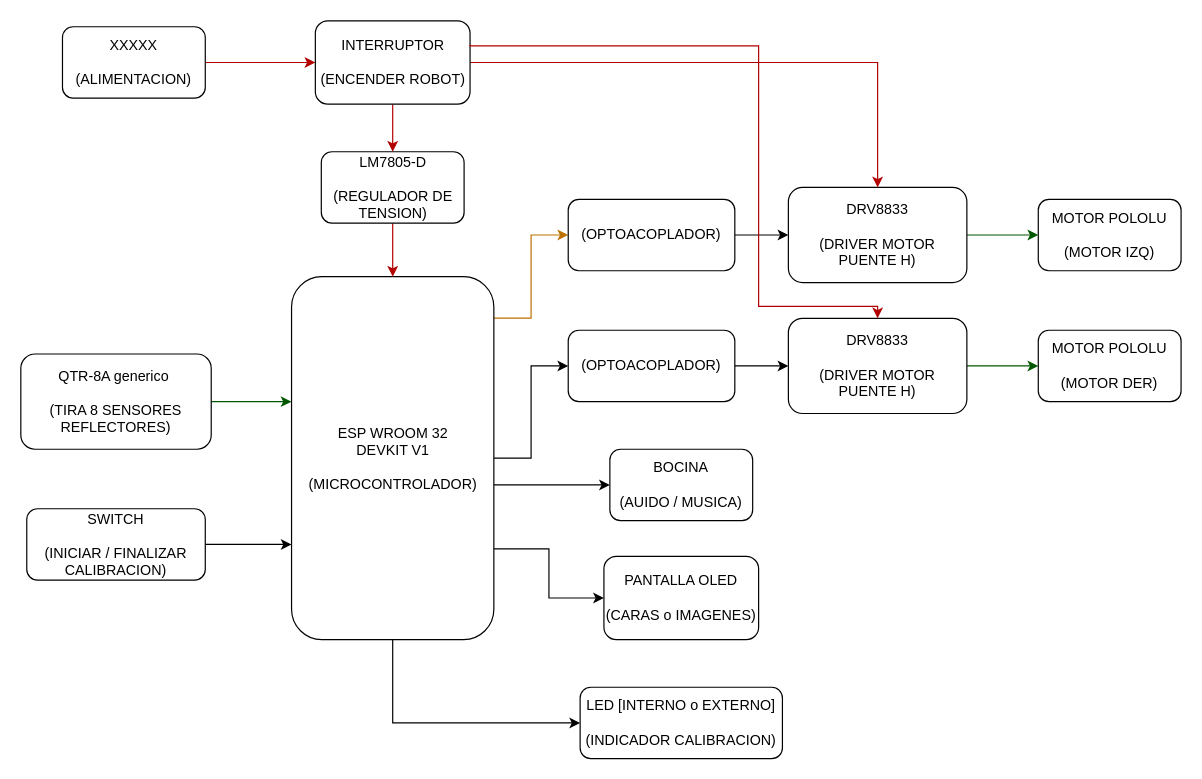
Before: page "v2 ?" (2 of 3) of diagrama ESQUEMATICO.drawio in OttoDotto/Robot-de-Competencia, a draw.io diagram. Source tidied: cells renumbered, new cells numbered last; positions are measured from the earlier drawing's top-left corner, leaving out a move shared by most shapes. Both pictures are drawn from the tidied source at 119%, with x=0, y=0 at pixel (20, 20).
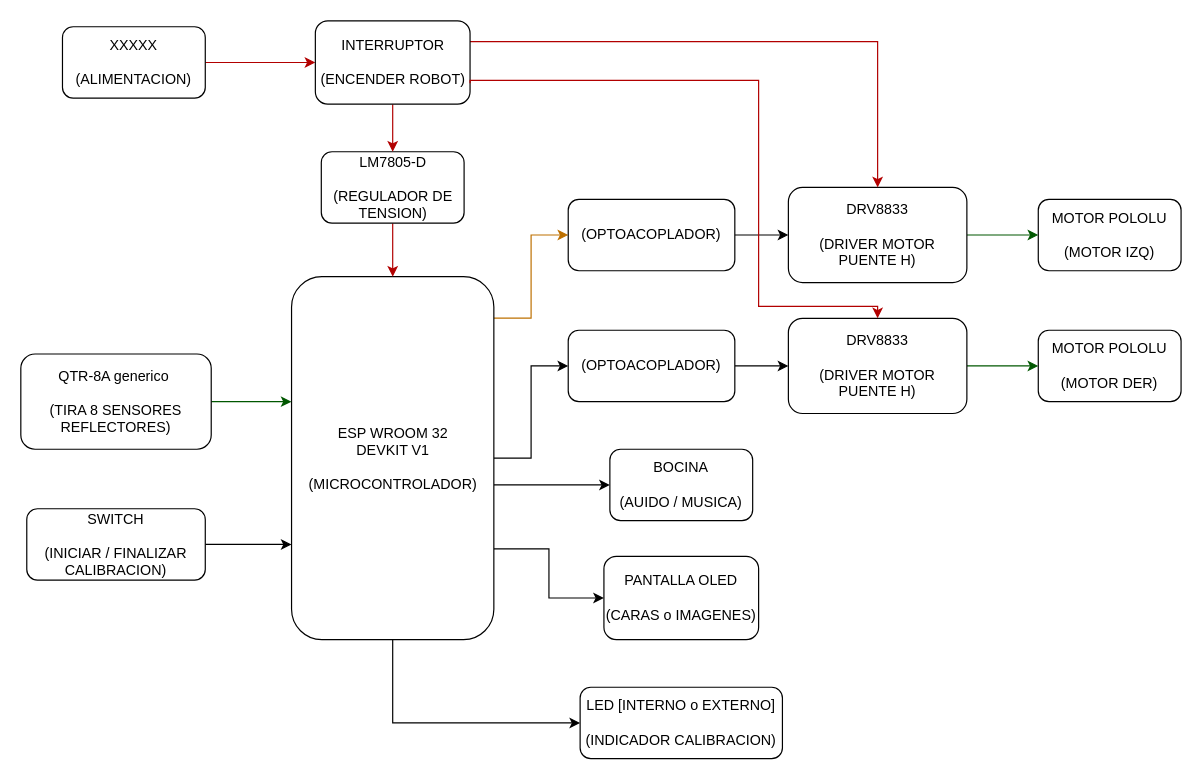
After the change.

Unchanged cells that the change refers to:
```xml
<mxCell id="16" value="DRV8833&lt;br&gt;&lt;div&gt;&lt;br&gt;&lt;div&gt;(DRIVER MOTOR PUENTE H)&lt;/div&gt;&lt;/div&gt;" style="rounded=1;whiteSpace=wrap;html=1;" parent="1" vertex="1">
  <mxGeometry x="645" y="140" width="150" height="80" as="geometry" />
</mxCell>
<mxCell id="19" value="&lt;div&gt;INTERRUPTOR&lt;/div&gt;&lt;div&gt;&lt;br&gt;&lt;/div&gt;(ENCENDER ROBOT)" style="rounded=1;whiteSpace=wrap;html=1;" parent="1" vertex="1">
  <mxGeometry x="247.5" width="130" height="70" as="geometry" />
</mxCell>
<mxCell id="22" value="DRV8833&lt;br&gt;&lt;div&gt;&lt;br&gt;&lt;div&gt;(DRIVER MOTOR PUENTE H)&lt;/div&gt;&lt;/div&gt;" style="rounded=1;whiteSpace=wrap;html=1;" parent="1" vertex="1">
  <mxGeometry x="645" y="250" width="150" height="80" as="geometry" />
</mxCell>
```

What changed in the source:
```diff
@@
-    <mxCell id="17" style="edgeStyle=orthogonalEdgeStyle;rounded=0;jettySize=auto;html=1;entryX=0.5;entryY=0;entryDx=0;entryDy=0;fillColor=#e51400;strokeColor=#B20000;" parent="1" edge="1" source="19" target="16">
+    <mxCell id="17" style="edgeStyle=orthogonalEdgeStyle;rounded=0;jettySize=auto;html=1;entryX=0.5;entryY=0;entryDx=0;entryDy=0;fillColor=#e51400;strokeColor=#B20000;exitX=1;exitY=0.25;exitDx=0;exitDy=0;" parent="1" edge="1" source="19" target="16">
       <mxGeometry relative="1" as="geometry" />
     </mxCell>
@@
-    <mxCell id="32" style="edgeStyle=orthogonalEdgeStyle;rounded=0;jettySize=auto;html=1;fillColor=#e51400;strokeColor=#B20000;" parent="1" edge="1" target="22">
+    <mxCell id="32" style="edgeStyle=orthogonalEdgeStyle;rounded=0;jettySize=auto;html=1;fillColor=#e51400;strokeColor=#B20000;exitX=1;exitY=0.75;exitDx=0;exitDy=0;" parent="1" edge="1" source="19" target="22">
       <mxGeometry relative="1" as="geometry">
-        <mxPoint x="377.5" y="20" as="sourcePoint" />
         <Array as="points">
-          <mxPoint x="620" y="21" />
+          <mxPoint x="378" y="50" />
+          <mxPoint x="620" y="50" />
           <mxPoint x="620" y="240" />
           <mxPoint x="720" y="240" />
         </Array>
       </mxGeometry>
     </mxCell>
```
